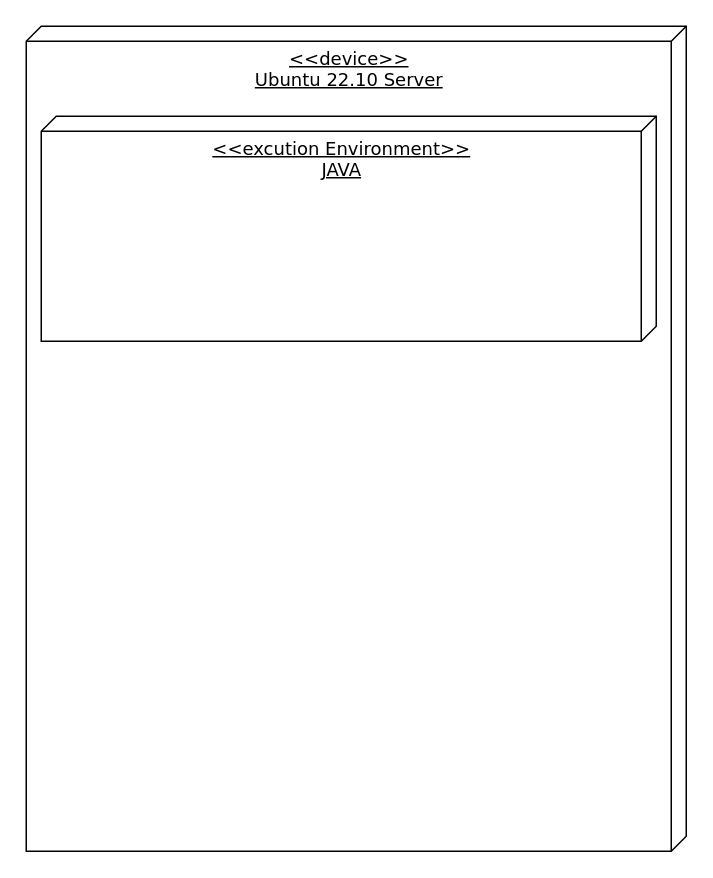
ShineSoYoung/TEST keeps this draw.io diagram as aa_deployment_diagram.drawio. Above is the earlier version. Source tidied: cells renumbered, new cells numbered last; positions are measured from the earlier drawing's top-left corner, leaving out a move shared by most shapes. Both pictures are drawn from the tidied source at 150%, with x=0, y=0 at pixel (26, 26).
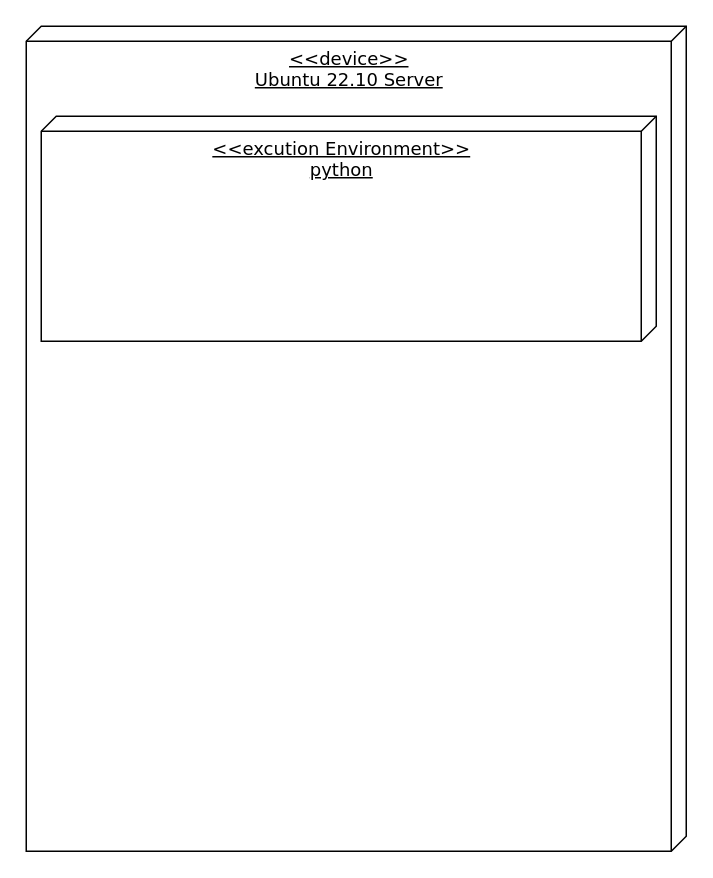
The same page after the edit.

Change to the diagram source:
```diff
@@
 <mxGraphModel>
   <root>
     <mxCell id="0" />
     <mxCell id="1" parent="0" />
     <mxCell id="2" value="&amp;lt;&amp;lt;device&amp;gt;&amp;gt; &lt;br&gt;Ubuntu 22.10 Server" style="verticalAlign=top;align=center;spacingTop=8;spacingLeft=2;spacingRight=12;shape=cube;size=10;direction=south;fontStyle=4;html=1;rounded=0;shadow=0;comic=0;labelBackgroundColor=none;strokeWidth=1;fontFamily=Verdana;fontSize=12;" parent="1" vertex="1">
       <mxGeometry width="440" height="550" as="geometry" />
     </mxCell>
-    <mxCell id="3" value="&amp;lt;&amp;lt;excution Environment&amp;gt;&amp;gt;&lt;br&gt;JAVA" style="verticalAlign=top;align=center;spacingTop=8;spacingLeft=2;spacingRight=12;shape=cube;size=10;direction=south;fontStyle=4;html=1;rounded=0;shadow=0;comic=0;labelBackgroundColor=none;strokeWidth=1;fontFamily=Verdana;fontSize=12;" parent="1" vertex="1">
+    <mxCell id="3" value="&amp;lt;&amp;lt;excution Environment&amp;gt;&amp;gt;&lt;br&gt;python" style="verticalAlign=top;align=center;spacingTop=8;spacingLeft=2;spacingRight=12;shape=cube;size=10;direction=south;fontStyle=4;html=1;rounded=0;shadow=0;comic=0;labelBackgroundColor=none;strokeWidth=1;fontFamily=Verdana;fontSize=12;" parent="1" vertex="1">
       <mxGeometry x="10" y="60" width="410" height="150" as="geometry" />
     </mxCell>
   </root>
 </mxGraphModel>
```
